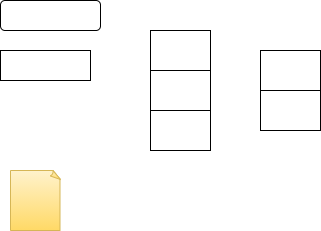
The draw.io diagram MAML.png in Karry-Eva/PapersNotes, before a commit. Source tidied: cells renumbered, new cells last; positions are measured from the earlier drawing's top-left corner, leaving out a move shared by most shapes.
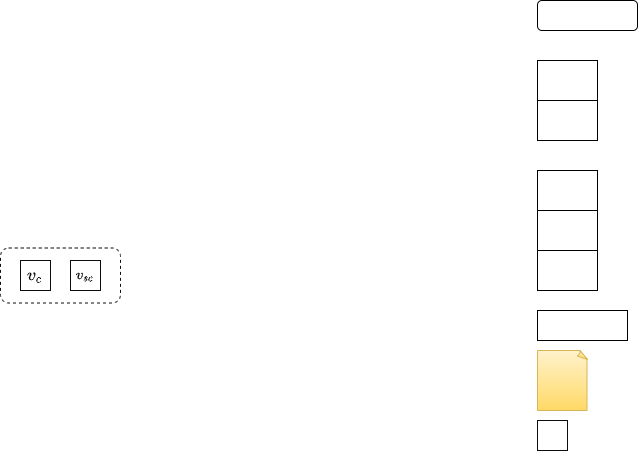
Later version of the same file.

Change to the diagram source:
```diff
@@ -1,15 +1,15 @@
-<mxGraphModel>
+<mxGraphModel math="1">
   <root>
     <mxCell id="0" />
     <mxCell id="1" parent="0" />
     <mxCell id="2" style="rounded=1;whiteSpace=wrap;html=1;" parent="1" vertex="1">
-      <mxGeometry width="100" height="30" as="geometry" />
+      <mxGeometry x="497" y="-140" width="100" height="30" as="geometry" />
     </mxCell>
     <mxCell id="3" style="rounded=0;whiteSpace=wrap;html=1;" parent="1" vertex="1">
-      <mxGeometry y="50" width="90" height="30" as="geometry" />
+      <mxGeometry x="497" y="170" width="90" height="30" as="geometry" />
     </mxCell>
     <mxCell id="4" style="shape=table;html=1;whiteSpace=wrap;startSize=0;" parent="1" vertex="1">
-      <mxGeometry x="150" y="30" width="60" height="120" as="geometry" />
+      <mxGeometry x="497" y="30" width="60" height="120" as="geometry" />
     </mxCell>
     <mxCell id="5" style="shape=partialRectangle;html=1;whiteSpace=wrap;fillColor=none;top=0;left=0;bottom=0;right=0;" parent="4" vertex="1">
       <mxGeometry width="60" height="40" as="geometry" />
@@ -30,7 +30,7 @@
       <mxGeometry width="60" height="40" as="geometry" />
     </mxCell>
     <mxCell id="11" style="shape=table;html=1;whiteSpace=wrap;startSize=0;" parent="1" vertex="1">
-      <mxGeometry x="260" y="50" width="60" height="80" as="geometry" />
+      <mxGeometry x="497" y="-80" width="60" height="80" as="geometry" />
     </mxCell>
     <mxCell id="12" style="shape=partialRectangle;html=1;whiteSpace=wrap;fillColor=none;top=0;left=0;bottom=0;right=0;" parent="11" vertex="1">
       <mxGeometry width="60" height="40" as="geometry" />
@@ -45,7 +45,19 @@
       <mxGeometry width="60" height="40" as="geometry" />
     </mxCell>
     <mxCell id="16" style="whiteSpace=wrap;html=1;shape=mxgraph.basic.document;strokeColor=#d6b656;fillColor=#fff2cc;gradientColor=#ffd966;" parent="1" vertex="1">
-      <mxGeometry x="10" y="170" width="50" height="60" as="geometry" />
+      <mxGeometry x="497" y="210" width="50" height="60" as="geometry" />
     </mxCell>
+    <mxCell id="17" style="whiteSpace=wrap;html=1;strokeColor=#0D0D0D;fillColor=none;" parent="1" vertex="1">
+      <mxGeometry x="497" y="280" width="30" height="30" as="geometry" />
+    </mxCell>
+    <mxCell id="18" value="&lt;font style=&quot;font-size: 14px&quot;&gt;$$v_c$$&lt;/font&gt;" style="whiteSpace=wrap;html=1;strokeColor=#0D0D0D;fillColor=none;" parent="1" vertex="1">
+      <mxGeometry x="-20" y="120" width="30" height="30" as="geometry" />
+    </mxCell>
+    <mxCell id="19" style="rounded=1;whiteSpace=wrap;html=1;strokeColor=#0D0D0D;fillColor=none;dashed=1;" parent="1" vertex="1">
+      <mxGeometry x="-40" y="107.5" width="120" height="55" as="geometry" />
+    </mxCell>
+    <mxCell id="20" value="&lt;div&gt;&lt;span style=&quot;font-size: x-small&quot;&gt;$$v_{sc}$$&lt;/span&gt;&lt;/div&gt;" style="whiteSpace=wrap;html=1;strokeColor=#0D0D0D;fillColor=none;align=center;" parent="1" vertex="1">
+      <mxGeometry x="30" y="120" width="30" height="30" as="geometry" />
+    </mxCell>
   </root>
 </mxGraphModel>
```
